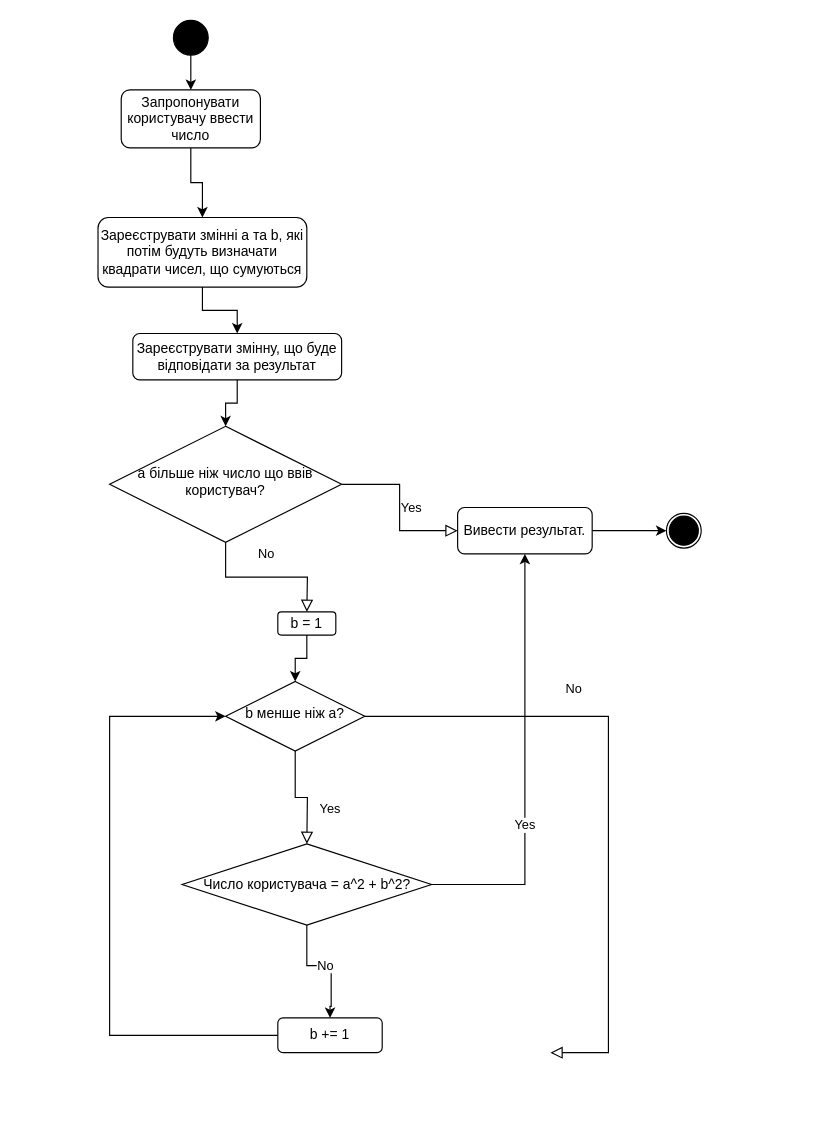
YermakVorobiov/Lab1 keeps this draw.io diagram as py/Діаграма без назви.drawio. Above is the earlier version. Source tidied: cells renumbered, new cells numbered last; positions are measured from the earlier drawing's top-left corner, leaving out a move shared by most shapes. Both pictures are drawn from the tidied source at 116%, with x=0, y=0 at pixel (97, 20).
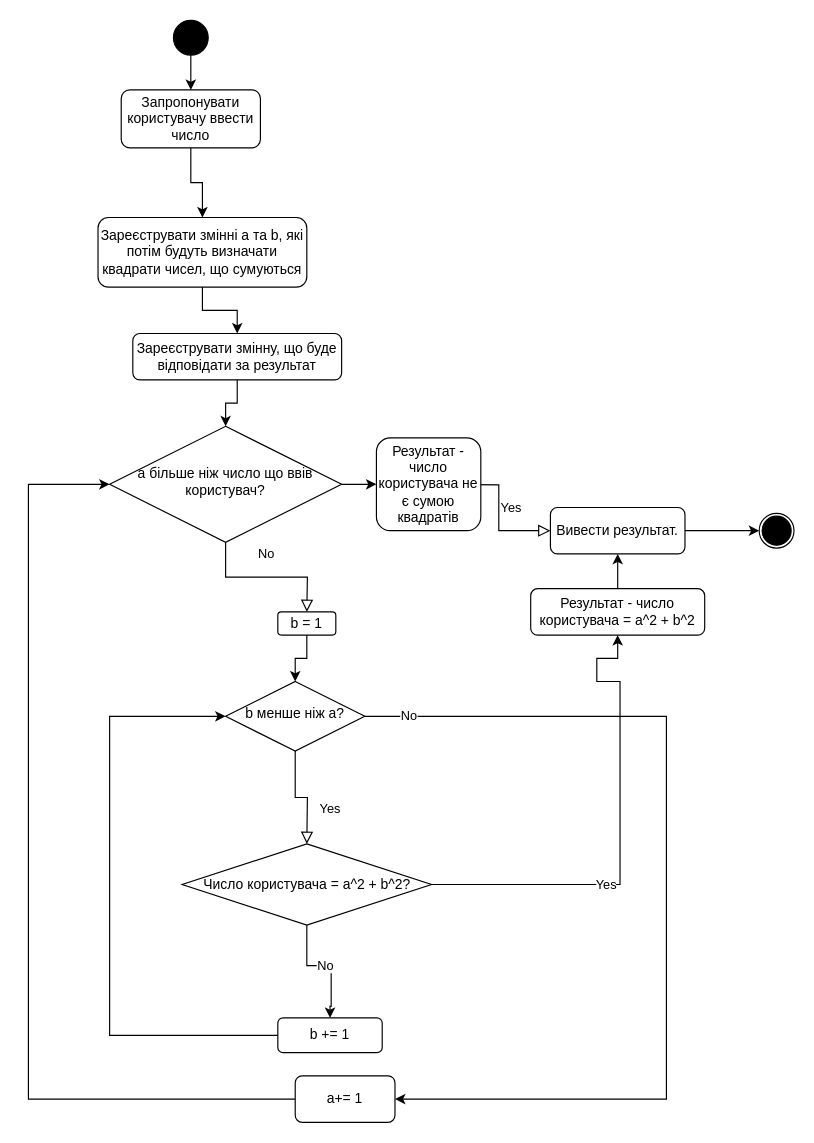
Above is the later version.

The change refers to these unchanged cells:
```xml
<mxCell id="6" value="a більше ніж число що ввів користувач?" style="rhombus;whiteSpace=wrap;html=1;shadow=0;fontFamily=Helvetica;fontSize=12;align=center;strokeWidth=1;spacing=6;spacingTop=-4;" parent="1" vertex="1">
  <mxGeometry x="10" y="350" width="200" height="100" as="geometry" />
</mxCell>
<mxCell id="9" value="b менше ніж a?" style="rhombus;whiteSpace=wrap;html=1;shadow=0;fontFamily=Helvetica;fontSize=12;align=center;strokeWidth=1;spacing=6;spacingTop=-4;" parent="1" vertex="1">
  <mxGeometry x="110" y="570" width="120" height="60" as="geometry" />
</mxCell>
<mxCell id="25" value="Число користувача = a^2 + b^2?" style="rhombus;whiteSpace=wrap;html=1;" parent="1" vertex="1">
  <mxGeometry x="72.5" y="710" width="215" height="70" as="geometry" />
</mxCell>
```

Diff of the diagram source:
```diff
@@
-    <mxCell id="5" value="Yes&lt;br&gt;" style="edgeStyle=orthogonalEdgeStyle;rounded=0;html=1;jettySize=auto;fontSize=11;endArrow=block;endFill=0;endSize=8;strokeWidth=1;shadow=0;labelBackgroundColor=none;entryX=0;entryY=0.5;entryDx=0;entryDy=0;" parent="1" edge="1" source="6" target="17">
-      <mxGeometry y="10" relative="1" as="geometry" />
+    <mxCell id="5" value="Yes&lt;br&gt;" style="edgeStyle=orthogonalEdgeStyle;rounded=0;html=1;jettySize=auto;fontSize=11;endArrow=block;endFill=0;endSize=8;strokeWidth=1;shadow=0;labelBackgroundColor=none;entryX=0;entryY=0.5;entryDx=0;entryDy=0;" parent="1" edge="1" target="17">
+      <mxGeometry y="10" relative="1" as="geometry">
+        <mxPoint x="300" y="400" as="sourcePoint" />
+      </mxGeometry>
     </mxCell>
+    <mxCell id="28" style="edgeStyle=orthogonalEdgeStyle;rounded=0;jettySize=auto;html=1;entryX=0;entryY=0.5;entryDx=0;entryDy=0;" parent="1" edge="1" source="6" target="34">
+      <mxGeometry relative="1" as="geometry" />
+    </mxCell>
@@
+    <mxCell id="29" style="edgeStyle=orthogonalEdgeStyle;rounded=0;jettySize=auto;html=1;entryX=1;entryY=0.5;entryDx=0;entryDy=0;" parent="1" edge="1" source="9" target="31">
+      <mxGeometry relative="1" as="geometry">
+        <Array as="points">
+          <mxPoint x="490" y="600" />
+          <mxPoint x="490" y="930" />
+        </Array>
+      </mxGeometry>
+    </mxCell>
-    <mxCell id="8" value="No&lt;br&gt;" style="edgeStyle=orthogonalEdgeStyle;rounded=0;html=1;jettySize=auto;fontSize=11;endArrow=block;endFill=0;endSize=8;strokeWidth=1;shadow=0;labelBackgroundColor=none;" parent="1" edge="1" source="9">
-      <mxGeometry x="-0.33" y="14" relative="1" as="geometry">
-        <mxPoint x="390" y="890" as="targetPoint" />
-        <Array as="points">
-          <mxPoint x="440" y="600" />
-        </Array>
-        <mxPoint x="-4" y="-10" as="offset" />
-      </mxGeometry>
+    <mxCell id="8" value="No" style="edgeLabel;html=1;align=center;verticalAlign=middle;" parent="29" vertex="1">
+      <mxGeometry x="-0.91" y="1" relative="1" as="geometry" />
     </mxCell>
@@
     <mxCell id="16" style="edgeStyle=orthogonalEdgeStyle;rounded=0;jettySize=auto;html=1;" parent="1" edge="1" source="17">
       <mxGeometry relative="1" as="geometry">
-        <mxPoint x="490" y="440" as="targetPoint" />
+        <mxPoint x="570" y="440" as="targetPoint" />
       </mxGeometry>
     </mxCell>
     <mxCell id="17" value="Вивести результат." style="rounded=1;whiteSpace=wrap;html=1;" parent="1" vertex="1">
-      <mxGeometry x="310" y="420" width="116" height="40" as="geometry" />
+      <mxGeometry x="390" y="420" width="116" height="40" as="geometry" />
     </mxCell>
     <mxCell id="18" style="ellipse;whiteSpace=wrap;html=1;" parent="1" vertex="1">
-      <mxGeometry x="490" y="425" width="30" height="30" as="geometry" />
+      <mxGeometry x="570" y="425" width="30" height="30" as="geometry" />
     </mxCell>
     <mxCell id="19" style="ellipse;whiteSpace=wrap;html=1;fillColor=#000000;" parent="1" vertex="1">
-      <mxGeometry x="492.5" y="427.5" width="25" height="25" as="geometry" />
+      <mxGeometry x="572.5" y="427.5" width="25" height="25" as="geometry" />
     </mxCell>
@@
-    <mxCell id="22" style="edgeStyle=orthogonalEdgeStyle;rounded=0;jettySize=auto;html=1;exitX=1;exitY=0.5;exitDx=0;exitDy=0;entryX=0.5;entryY=1;entryDx=0;entryDy=0;" parent="1" edge="1" source="25" target="17">
-      <mxGeometry relative="1" as="geometry" />
+    <mxCell id="22" style="edgeStyle=orthogonalEdgeStyle;rounded=0;jettySize=auto;html=1;exitX=1;exitY=0.5;exitDx=0;exitDy=0;entryX=0.5;entryY=1;entryDx=0;entryDy=0;" parent="1" edge="1" source="25" target="33">
+      <mxGeometry relative="1" as="geometry">
+        <Array as="points">
+          <mxPoint x="450" y="745" />
+          <mxPoint x="450" y="570" />
+          <mxPoint x="430" y="570" />
+          <mxPoint x="430" y="550" />
+          <mxPoint x="448" y="550" />
+        </Array>
+      </mxGeometry>
     </mxCell>
@@
+    <mxCell id="30" style="edgeStyle=orthogonalEdgeStyle;rounded=0;jettySize=auto;html=1;entryX=0;entryY=0.5;entryDx=0;entryDy=0;" parent="1" edge="1" source="31" target="6">
+      <mxGeometry relative="1" as="geometry">
+        <Array as="points">
+          <mxPoint x="-60" y="930" />
+          <mxPoint x="-60" y="400" />
+        </Array>
+      </mxGeometry>
+    </mxCell>
+    <mxCell id="31" value="a+= 1" style="rounded=1;whiteSpace=wrap;html=1;" parent="1" vertex="1">
+      <mxGeometry x="170" y="910" width="86" height="40" as="geometry" />
+    </mxCell>
+    <mxCell id="32" style="edgeStyle=orthogonalEdgeStyle;rounded=0;jettySize=auto;html=1;entryX=0.5;entryY=1;entryDx=0;entryDy=0;" parent="1" edge="1" source="33" target="17">
+      <mxGeometry relative="1" as="geometry" />
+    </mxCell>
+    <mxCell id="33" value="Результат - число користувача = a^2 + b^2" style="rounded=1;whiteSpace=wrap;html=1;" parent="1" vertex="1">
+      <mxGeometry x="373" y="490" width="150" height="40" as="geometry" />
+    </mxCell>
+    <mxCell id="34" value="Результат - число користувача не є сумою квадратів" style="rounded=1;whiteSpace=wrap;html=1;" parent="1" vertex="1">
+      <mxGeometry x="240" y="360" width="90" height="80" as="geometry" />
+    </mxCell>
```
